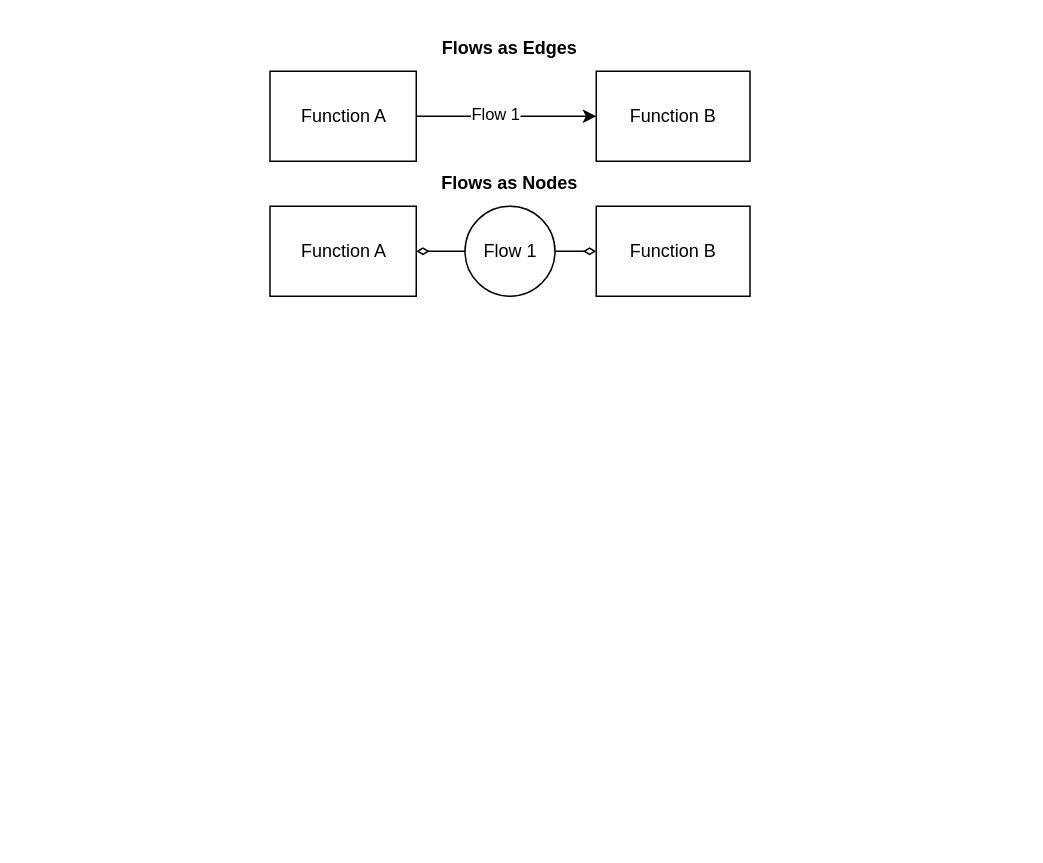
This is docs-source/figures/frdl/concepts/flow_edges_vs_nodes.drawio from nasa/fmdtools, a draw.io file, before an edit. Source tidied: cells renumbered, new cells numbered last; positions are measured from the earlier drawing's top-left corner, leaving out a move shared by most shapes. Both pictures are drawn from the tidied source at 150%, with x=0, y=0 at pixel (250, 26).
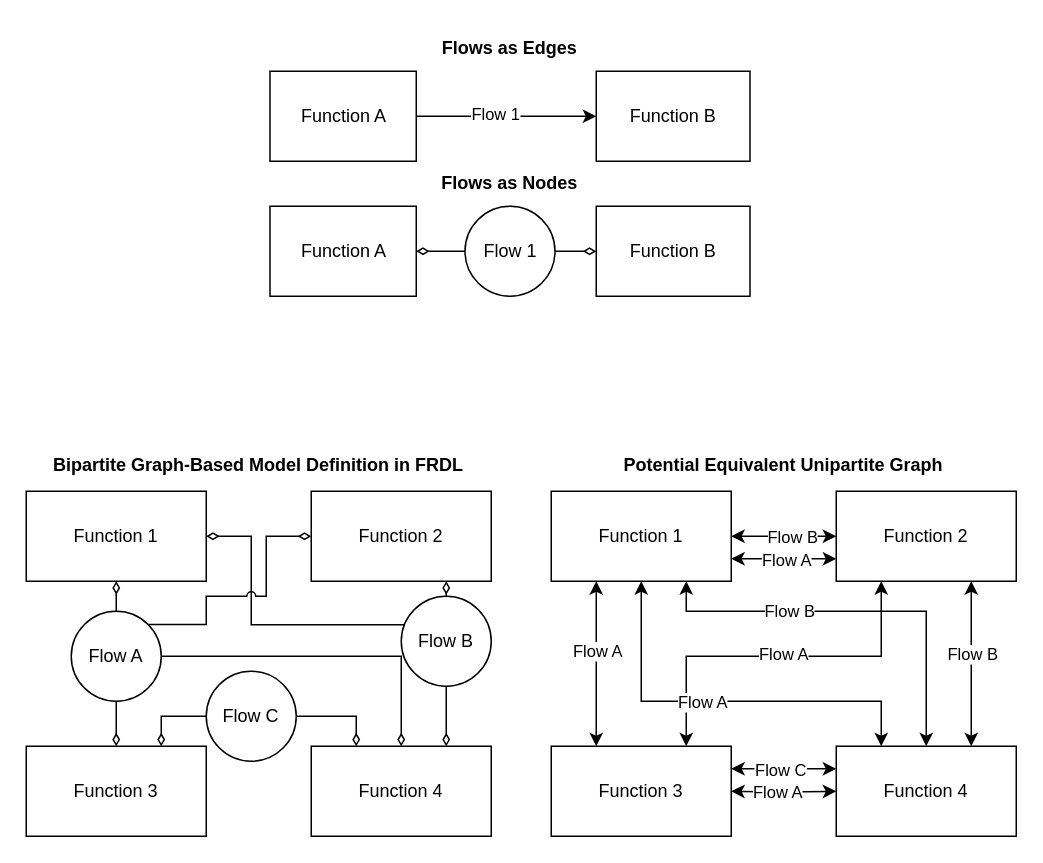
After the change.

The edit, as a diff of the source:
```diff
@@
+    <mxCell id="13" style="edgeStyle=orthogonalEdgeStyle;rounded=0;jettySize=auto;html=1;exitX=0.5;exitY=1;exitDx=0;exitDy=0;startArrow=diamondThin;startFill=0;endArrow=none;endFill=0;entryX=0.5;entryY=0;entryDx=0;entryDy=0;" parent="1" edge="1" source="15" target="25">
+      <mxGeometry relative="1" as="geometry">
+        <Array as="points">
+          <mxPoint x="-90" y="380" />
+          <mxPoint x="-90" y="380" />
+        </Array>
+      </mxGeometry>
+    </mxCell>
+    <mxCell id="14" style="edgeStyle=orthogonalEdgeStyle;rounded=0;jettySize=auto;html=1;exitX=1;exitY=0.5;exitDx=0;exitDy=0;entryX=0;entryY=0;entryDx=0;entryDy=0;startArrow=diamondThin;startFill=0;endArrow=none;endFill=0;" parent="1" edge="1" source="15" target="27">
+      <mxGeometry relative="1" as="geometry">
+        <Array as="points">
+          <mxPoint y="340" />
+          <mxPoint y="399" />
+        </Array>
+      </mxGeometry>
+    </mxCell>
+    <mxCell id="15" value="Function 1" style="rounded=0;whiteSpace=wrap;html=1;" parent="1" vertex="1">
+      <mxGeometry x="-150" y="310" width="120" height="60" as="geometry" />
+    </mxCell>
+    <mxCell id="16" style="edgeStyle=orthogonalEdgeStyle;rounded=0;jettySize=auto;html=1;exitX=0.5;exitY=0;exitDx=0;exitDy=0;startArrow=diamondThin;startFill=0;endArrow=none;endFill=0;" parent="1" edge="1" source="18" target="25">
+      <mxGeometry relative="1" as="geometry" />
+    </mxCell>
+    <mxCell id="17" style="edgeStyle=orthogonalEdgeStyle;rounded=0;jettySize=auto;html=1;exitX=0.75;exitY=0;exitDx=0;exitDy=0;entryX=0;entryY=0.5;entryDx=0;entryDy=0;startArrow=diamondThin;startFill=0;endArrow=none;endFill=0;" parent="1" edge="1" source="18" target="28">
+      <mxGeometry relative="1" as="geometry">
+        <Array as="points">
+          <mxPoint x="-60" y="460" />
+        </Array>
+      </mxGeometry>
+    </mxCell>
+    <mxCell id="18" value="Function 3" style="rounded=0;whiteSpace=wrap;html=1;" parent="1" vertex="1">
+      <mxGeometry x="-150" y="480" width="120" height="60" as="geometry" />
+    </mxCell>
+    <mxCell id="19" style="edgeStyle=orthogonalEdgeStyle;rounded=0;jettySize=auto;html=1;exitX=0.25;exitY=0;exitDx=0;exitDy=0;startArrow=diamondThin;startFill=0;endArrow=none;endFill=0;" parent="1" edge="1" source="21" target="28">
+      <mxGeometry relative="1" as="geometry" />
+    </mxCell>
+    <mxCell id="20" style="edgeStyle=orthogonalEdgeStyle;rounded=0;jettySize=auto;html=1;exitX=0.75;exitY=0;exitDx=0;exitDy=0;startArrow=diamondThin;startFill=0;endArrow=none;endFill=0;" parent="1" edge="1" source="21" target="27">
+      <mxGeometry relative="1" as="geometry" />
+    </mxCell>
+    <mxCell id="21" value="Function 4" style="rounded=0;whiteSpace=wrap;html=1;" parent="1" vertex="1">
+      <mxGeometry x="40" y="480" width="120" height="60" as="geometry" />
+    </mxCell>
+    <mxCell id="22" style="edgeStyle=orthogonalEdgeStyle;rounded=0;jettySize=auto;html=1;exitX=0.75;exitY=1;exitDx=0;exitDy=0;entryX=0.5;entryY=0;entryDx=0;entryDy=0;endArrow=none;endFill=0;startArrow=diamondThin;startFill=0;" parent="1" edge="1" source="24" target="27">
+      <mxGeometry relative="1" as="geometry" />
+    </mxCell>
+    <mxCell id="23" style="edgeStyle=orthogonalEdgeStyle;rounded=0;jettySize=auto;html=1;exitX=0;exitY=0.5;exitDx=0;exitDy=0;entryX=1;entryY=0;entryDx=0;entryDy=0;endArrow=none;endFill=0;startArrow=diamondThin;startFill=0;jumpStyle=arc;" parent="1" edge="1" source="24" target="25">
+      <mxGeometry relative="1" as="geometry">
+        <Array as="points">
+          <mxPoint x="10" y="340" />
+          <mxPoint x="10" y="380" />
+          <mxPoint x="-30" y="380" />
+          <mxPoint x="-30" y="399" />
+        </Array>
+      </mxGeometry>
+    </mxCell>
+    <mxCell id="24" value="Function 2" style="rounded=0;whiteSpace=wrap;html=1;" parent="1" vertex="1">
+      <mxGeometry x="40" y="310" width="120" height="60" as="geometry" />
+    </mxCell>
+    <mxCell id="25" value="Flow A" style="ellipse;whiteSpace=wrap;html=1;" parent="1" vertex="1">
+      <mxGeometry x="-120" y="390" width="60" height="60" as="geometry" />
+    </mxCell>
+    <mxCell id="26" style="edgeStyle=orthogonalEdgeStyle;rounded=0;jettySize=auto;html=1;exitX=0.5;exitY=0;exitDx=0;exitDy=0;startArrow=diamondThin;startFill=0;endArrow=none;endFill=0;entryX=1;entryY=0.5;entryDx=0;entryDy=0;" parent="1" edge="1" source="21" target="25">
+      <mxGeometry relative="1" as="geometry" />
+    </mxCell>
+    <mxCell id="27" value="Flow B" style="ellipse;whiteSpace=wrap;html=1;" parent="1" vertex="1">
+      <mxGeometry x="100" y="380" width="60" height="60" as="geometry" />
+    </mxCell>
+    <mxCell id="28" value="Flow C" style="ellipse;whiteSpace=wrap;html=1;" parent="1" vertex="1">
+      <mxGeometry x="-30" y="430" width="60" height="60" as="geometry" />
+    </mxCell>
+    <mxCell id="29" style="edgeStyle=orthogonalEdgeStyle;rounded=0;jettySize=auto;html=1;exitX=0.25;exitY=1;exitDx=0;exitDy=0;entryX=0.25;entryY=0;entryDx=0;entryDy=0;startArrow=classic;startFill=1;" parent="1" edge="1" source="33" target="38">
+      <mxGeometry relative="1" as="geometry" />
+    </mxCell>
+    <mxCell id="30" value="Flow A" style="edgeLabel;html=1;align=center;verticalAlign=middle;" parent="29" vertex="1">
+      <mxGeometry x="-0.16" relative="1" as="geometry" />
+    </mxCell>
+    <mxCell id="31" style="edgeStyle=orthogonalEdgeStyle;rounded=0;jettySize=auto;html=1;exitX=1;exitY=0.75;exitDx=0;exitDy=0;entryX=0;entryY=0.75;entryDx=0;entryDy=0;startArrow=classic;startFill=1;" parent="1" edge="1" source="33" target="48">
+      <mxGeometry relative="1" as="geometry" />
+    </mxCell>
+    <mxCell id="32" value="Flow A" style="edgeLabel;html=1;align=center;verticalAlign=middle;" parent="31" vertex="1">
+      <mxGeometry x="-0.2" y="2" relative="1" as="geometry">
+        <mxPoint x="8" y="2" as="offset" />
+      </mxGeometry>
+    </mxCell>
+    <mxCell id="33" value="Function 1" style="rounded=0;whiteSpace=wrap;html=1;" parent="1" vertex="1">
+      <mxGeometry x="200" y="310" width="120" height="60" as="geometry" />
+    </mxCell>
+    <mxCell id="34" style="edgeStyle=orthogonalEdgeStyle;rounded=0;jettySize=auto;html=1;exitX=1;exitY=0.25;exitDx=0;exitDy=0;entryX=0;entryY=0.25;entryDx=0;entryDy=0;startArrow=classic;startFill=1;" parent="1" edge="1" source="38" target="45">
+      <mxGeometry relative="1" as="geometry" />
+    </mxCell>
+    <mxCell id="35" value="Flow C" style="edgeLabel;html=1;align=center;verticalAlign=middle;" parent="34" vertex="1">
+      <mxGeometry x="-0.45" relative="1" as="geometry">
+        <mxPoint x="13" as="offset" />
+      </mxGeometry>
+    </mxCell>
+    <mxCell id="36" style="edgeStyle=orthogonalEdgeStyle;rounded=0;jettySize=auto;html=1;exitX=0.75;exitY=0;exitDx=0;exitDy=0;entryX=0.25;entryY=1;entryDx=0;entryDy=0;jumpStyle=arc;startArrow=classic;startFill=1;" parent="1" edge="1" source="38" target="48">
+      <mxGeometry relative="1" as="geometry">
+        <Array as="points">
+          <mxPoint x="290" y="420" />
+          <mxPoint x="420" y="420" />
+        </Array>
+      </mxGeometry>
+    </mxCell>
+    <mxCell id="37" value="Flow A" style="edgeLabel;html=1;align=center;verticalAlign=middle;" parent="36" vertex="1">
+      <mxGeometry x="0.03" y="2" relative="1" as="geometry" />
+    </mxCell>
+    <mxCell id="38" value="Function 3" style="rounded=0;whiteSpace=wrap;html=1;" parent="1" vertex="1">
+      <mxGeometry x="200" y="480" width="120" height="60" as="geometry" />
+    </mxCell>
+    <mxCell id="39" style="edgeStyle=orthogonalEdgeStyle;rounded=0;jettySize=auto;html=1;entryX=1;entryY=0.5;entryDx=0;entryDy=0;startArrow=classic;startFill=1;" parent="1" edge="1" target="38">
+      <mxGeometry relative="1" as="geometry">
+        <mxPoint x="390" y="510" as="sourcePoint" />
+      </mxGeometry>
+    </mxCell>
+    <mxCell id="40" value="Flow A" style="edgeLabel;html=1;align=center;verticalAlign=middle;" parent="39" vertex="1">
+      <mxGeometry x="0.17" y="-1" relative="1" as="geometry">
+        <mxPoint x="1" y="1" as="offset" />
+      </mxGeometry>
+    </mxCell>
+    <mxCell id="41" style="edgeStyle=orthogonalEdgeStyle;rounded=0;jettySize=auto;html=1;exitX=0.75;exitY=0;exitDx=0;exitDy=0;entryX=0.75;entryY=1;entryDx=0;entryDy=0;startArrow=classic;startFill=1;" parent="1" edge="1" source="45" target="48">
+      <mxGeometry relative="1" as="geometry" />
+    </mxCell>
+    <mxCell id="42" value="Flow B" style="edgeLabel;html=1;align=center;verticalAlign=middle;" parent="41" vertex="1">
+      <mxGeometry x="0.12" relative="1" as="geometry" />
+    </mxCell>
+    <mxCell id="43" style="edgeStyle=orthogonalEdgeStyle;rounded=0;jettySize=auto;html=1;exitX=0.5;exitY=0;exitDx=0;exitDy=0;entryX=0.75;entryY=1;entryDx=0;entryDy=0;startArrow=classic;startFill=1;" parent="1" edge="1" source="45" target="33">
+      <mxGeometry relative="1" as="geometry">
+        <Array as="points">
+          <mxPoint x="450" y="390" />
+          <mxPoint x="290" y="390" />
+        </Array>
+      </mxGeometry>
+    </mxCell>
+    <mxCell id="44" value="Flow B" style="edgeLabel;html=1;align=center;verticalAlign=middle;" parent="43" vertex="1">
+      <mxGeometry x="0.35" y="-1" relative="1" as="geometry" />
+    </mxCell>
+    <mxCell id="45" value="Function 4" style="rounded=0;whiteSpace=wrap;html=1;" parent="1" vertex="1">
+      <mxGeometry x="390" y="480" width="120" height="60" as="geometry" />
+    </mxCell>
+    <mxCell id="46" style="edgeStyle=orthogonalEdgeStyle;rounded=0;jettySize=auto;html=1;exitX=0;exitY=0.5;exitDx=0;exitDy=0;startArrow=classic;startFill=1;" parent="1" edge="1" source="48" target="33">
+      <mxGeometry relative="1" as="geometry" />
+    </mxCell>
+    <mxCell id="47" value="Flow B" style="edgeLabel;html=1;align=center;verticalAlign=middle;" parent="46" vertex="1">
+      <mxGeometry x="0.17" y="-2" relative="1" as="geometry">
+        <mxPoint x="11" y="2" as="offset" />
+      </mxGeometry>
+    </mxCell>
+    <mxCell id="48" value="Function 2" style="rounded=0;whiteSpace=wrap;html=1;" parent="1" vertex="1">
+      <mxGeometry x="390" y="310" width="120" height="60" as="geometry" />
+    </mxCell>
+    <mxCell id="49" style="edgeStyle=orthogonalEdgeStyle;rounded=0;jettySize=auto;html=1;exitX=0.5;exitY=1;exitDx=0;exitDy=0;entryX=0.25;entryY=0;entryDx=0;entryDy=0;jumpStyle=arc;startArrow=classic;startFill=1;" parent="1" edge="1" source="33" target="45">
+      <mxGeometry relative="1" as="geometry">
+        <Array as="points">
+          <mxPoint x="260" y="450" />
+          <mxPoint x="420" y="450" />
+        </Array>
+      </mxGeometry>
+    </mxCell>
+    <mxCell id="50" value="Flow A" style="edgeLabel;html=1;align=center;verticalAlign=middle;" parent="49" vertex="1">
+      <mxGeometry x="-0.11" relative="1" as="geometry" />
+    </mxCell>
+    <mxCell id="51" value="&lt;b&gt;Bipartite Graph-Based Model Definition in FRDL&lt;/b&gt;" style="text;html=1;strokeColor=none;fillColor=none;align=center;verticalAlign=middle;whiteSpace=wrap;rounded=0;" parent="1" vertex="1">
+      <mxGeometry x="-150" y="278" width="310" height="30" as="geometry" />
+    </mxCell>
+    <mxCell id="52" value="&lt;b&gt;Potential Equivalent Unipartite Graph&lt;/b&gt;" style="text;html=1;strokeColor=none;fillColor=none;align=center;verticalAlign=middle;whiteSpace=wrap;rounded=0;" parent="1" vertex="1">
+      <mxGeometry x="200" y="278" width="310" height="30" as="geometry" />
+    </mxCell>
```
